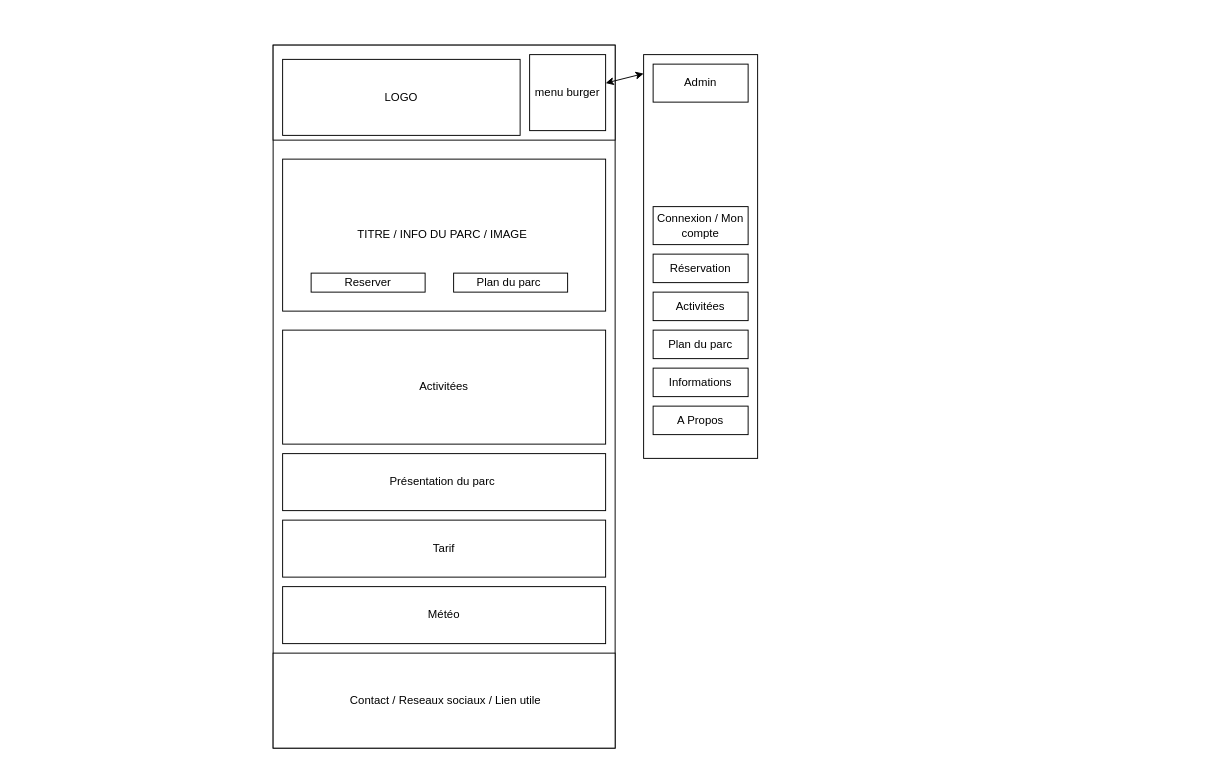
This is page "Home page" (1 of 10) of docs/wireframe_mobile.drawio from SeguierJonathan/ZombieLand, a draw.io file, before an edit. Source tidied: cells renumbered, new cells numbered last; positions are measured from the earlier drawing's top-left corner, leaving out a move shared by most shapes. Both pictures are drawn from the tidied source at 95%, with x=0, y=0 at pixel (273, 45).
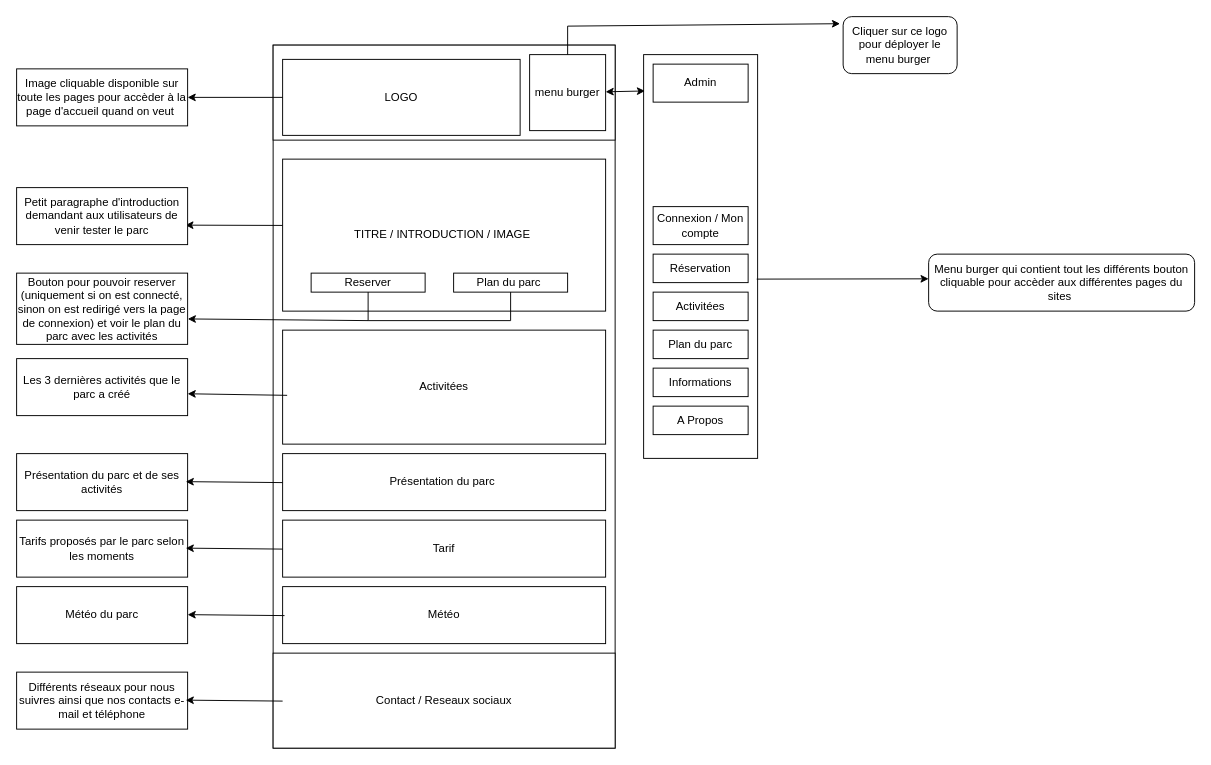
The same page after the edit.

Unchanged cells that the change refers to:
```xml
<mxCell id="5" value="menu burger" style="rounded=0;whiteSpace=wrap;html=1;" parent="1" vertex="1">
  <mxGeometry x="270" y="10" width="80" height="80" as="geometry" />
</mxCell>
<mxCell id="6" value="LOGO" style="rounded=0;whiteSpace=wrap;html=1;" parent="1" vertex="1">
  <mxGeometry x="10" y="15" width="250" height="80" as="geometry" />
</mxCell>
<mxCell id="8" value="Activitées" style="rounded=0;whiteSpace=wrap;html=1;" parent="1" vertex="1">
  <mxGeometry x="10" y="300" width="340" height="120" as="geometry" />
</mxCell>
<mxCell id="10" style="rounded=0;whiteSpace=wrap;html=1;" parent="1" vertex="1">
  <mxGeometry x="390" y="10" width="120" height="425" as="geometry" />
</mxCell>
<mxCell id="18" value="Reserver" style="rounded=0;whiteSpace=wrap;html=1;" parent="1" vertex="1">
  <mxGeometry x="40" y="240" width="120" height="20" as="geometry" />
</mxCell>
<mxCell id="19" value="Plan du parc&amp;nbsp;" style="rounded=0;whiteSpace=wrap;html=1;" parent="1" vertex="1">
  <mxGeometry x="190" y="240" width="120" height="20" as="geometry" />
</mxCell>
```

What changed in the source:
```diff
@@
-    <mxCell id="4" value="&amp;nbsp;Contact / Reseaux sociaux / Lien utile" style="rounded=0;whiteSpace=wrap;html=1;" parent="1" vertex="1">
+    <mxCell id="4" value="&amp;nbsp;Contact / Reseaux sociaux&amp;nbsp;" style="rounded=0;whiteSpace=wrap;html=1;" parent="1" vertex="1">
       <mxGeometry y="640" width="360" height="100" as="geometry" />
     </mxCell>
@@
-    <mxCell id="7" value="TITRE / INFO DU PARC / IMAGE&amp;nbsp;" style="rounded=0;whiteSpace=wrap;html=1;" parent="1" vertex="1">
+    <mxCell id="7" value="TITRE / INTRODUCTION / IMAGE&amp;nbsp;" style="rounded=0;whiteSpace=wrap;html=1;" parent="1" vertex="1">
       <mxGeometry x="10" y="120" width="340" height="160" as="geometry" />
     </mxCell>
@@
-    <mxCell id="11" style="endArrow=classic;startArrow=classic;html=1;" parent="1" edge="1" source="5">
-      <mxGeometry relative="1" as="geometry">
-        <mxPoint x="390" y="30" as="targetPoint" />
-      </mxGeometry>
+    <mxCell id="11" style="endArrow=classic;startArrow=classic;html=1;entryX=0.012;entryY=0.09;entryDx=0;entryDy=0;entryPerimeter=0;" parent="1" edge="1" source="5" target="10">
+      <mxGeometry relative="1" as="geometry" />
     </mxCell>
@@
+    <mxCell id="23" value="Menu burger qui contient tout les différents bouton cliquable pour accèder aux différentes pages du sites&amp;nbsp;" style="rounded=1;whiteSpace=wrap;html=1;" parent="1" vertex="1">
+      <mxGeometry x="690" y="220" width="280" height="60" as="geometry" />
+    </mxCell>
+    <mxCell id="24" style="endArrow=none;html=1;entryX=0.5;entryY=0;entryDx=0;entryDy=0;" parent="1" edge="1" target="5">
+      <mxGeometry relative="1" as="geometry">
+        <mxPoint x="310" y="-20" as="sourcePoint" />
+      </mxGeometry>
+    </mxCell>
+    <mxCell id="25" style="endArrow=classic;html=1;entryX=-0.027;entryY=0.124;entryDx=0;entryDy=0;entryPerimeter=0;" parent="1" edge="1" target="26">
+      <mxGeometry relative="1" as="geometry">
+        <mxPoint x="310" y="-20" as="sourcePoint" />
+      </mxGeometry>
+    </mxCell>
+    <mxCell id="26" value="Cliquer sur ce logo pour déployer le menu burger&amp;nbsp;" style="rounded=1;whiteSpace=wrap;html=1;" parent="1" vertex="1">
+      <mxGeometry x="600" y="-30" width="120" height="60" as="geometry" />
+    </mxCell>
+    <mxCell id="27" style="endArrow=classic;html=1;exitX=0.992;exitY=0.556;exitDx=0;exitDy=0;exitPerimeter=0;" parent="1" edge="1" source="10">
+      <mxGeometry relative="1" as="geometry">
+        <mxPoint x="690" y="246" as="targetPoint" />
+      </mxGeometry>
+    </mxCell>
+    <mxCell id="28" style="endArrow=classic;html=1;entryX=1;entryY=0.5;entryDx=0;entryDy=0;" parent="1" edge="1" source="6" target="29">
+      <mxGeometry relative="1" as="geometry" />
+    </mxCell>
+    <mxCell id="29" value="Image cliquable disponible sur toute les pages pour accèder à la page d'accueil quand on veut&amp;nbsp;" style="rounded=0;whiteSpace=wrap;html=1;" parent="1" vertex="1">
+      <mxGeometry x="-270" y="25" width="180" height="60" as="geometry" />
+    </mxCell>
+    <mxCell id="30" style="endArrow=classic;html=1;exitX=0.007;exitY=0.316;exitDx=0;exitDy=0;exitPerimeter=0;" parent="1" edge="1">
+      <mxGeometry relative="1" as="geometry">
+        <mxPoint x="10" y="189.8" as="sourcePoint" />
+        <mxPoint x="-92.4" y="189.5" as="targetPoint" />
+      </mxGeometry>
+    </mxCell>
+    <mxCell id="31" value="Petit paragraphe d'introduction demandant aux utilisateurs de venir tester le parc" style="rounded=0;whiteSpace=wrap;html=1;" parent="1" vertex="1">
+      <mxGeometry x="-270" y="150" width="180" height="60" as="geometry" />
+    </mxCell>
+    <mxCell id="32" value="Les 3 dernières activités que le parc a créé" style="rounded=0;whiteSpace=wrap;html=1;" parent="1" vertex="1">
+      <mxGeometry x="-270" y="330" width="180" height="60" as="geometry" />
+    </mxCell>
+    <mxCell id="33" value="Présentation du parc et de ses activités" style="rounded=0;whiteSpace=wrap;html=1;" parent="1" vertex="1">
+      <mxGeometry x="-270" y="430" width="180" height="60" as="geometry" />
+    </mxCell>
+    <mxCell id="34" value="Météo du parc" style="rounded=0;whiteSpace=wrap;html=1;" parent="1" vertex="1">
+      <mxGeometry x="-270" y="570" width="180" height="60" as="geometry" />
+    </mxCell>
+    <mxCell id="35" value="Tarifs proposés par le parc selon les moments" style="rounded=0;whiteSpace=wrap;html=1;" parent="1" vertex="1">
+      <mxGeometry x="-270" y="500" width="180" height="60" as="geometry" />
+    </mxCell>
+    <mxCell id="36" value="Différents réseaux pour nous suivres ainsi que nos contacts e-mail et téléphone" style="rounded=0;whiteSpace=wrap;html=1;" parent="1" vertex="1">
+      <mxGeometry x="-270" y="660" width="180" height="60" as="geometry" />
+    </mxCell>
+    <mxCell id="37" style="endArrow=classic;html=1;exitX=0.007;exitY=0.316;exitDx=0;exitDy=0;exitPerimeter=0;" parent="1" edge="1">
+      <mxGeometry relative="1" as="geometry">
+        <mxPoint x="10" y="690.5" as="sourcePoint" />
+        <mxPoint x="-92" y="689.5" as="targetPoint" />
+      </mxGeometry>
+    </mxCell>
+    <mxCell id="38" style="endArrow=classic;html=1;exitX=0.007;exitY=0.316;exitDx=0;exitDy=0;exitPerimeter=0;" parent="1" edge="1">
+      <mxGeometry relative="1" as="geometry">
+        <mxPoint x="12" y="600.5" as="sourcePoint" />
+        <mxPoint x="-90" y="599.5" as="targetPoint" />
+      </mxGeometry>
+    </mxCell>
+    <mxCell id="39" style="endArrow=classic;html=1;exitX=0.007;exitY=0.316;exitDx=0;exitDy=0;exitPerimeter=0;" parent="1" edge="1">
+      <mxGeometry relative="1" as="geometry">
+        <mxPoint x="10" y="530.5" as="sourcePoint" />
+        <mxPoint x="-92" y="529.5" as="targetPoint" />
+      </mxGeometry>
+    </mxCell>
+    <mxCell id="40" style="endArrow=classic;html=1;exitX=0.007;exitY=0.316;exitDx=0;exitDy=0;exitPerimeter=0;" parent="1" edge="1">
+      <mxGeometry relative="1" as="geometry">
+        <mxPoint x="10" y="460.5" as="sourcePoint" />
+        <mxPoint x="-92" y="459.5" as="targetPoint" />
+      </mxGeometry>
+    </mxCell>
+    <mxCell id="41" style="endArrow=classic;html=1;exitX=0.014;exitY=0.572;exitDx=0;exitDy=0;exitPerimeter=0;" parent="1" edge="1" source="8">
+      <mxGeometry relative="1" as="geometry">
+        <mxPoint x="-90" y="367" as="targetPoint" />
+      </mxGeometry>
+    </mxCell>
+    <mxCell id="42" style="endArrow=none;html=1;entryX=0.5;entryY=1;entryDx=0;entryDy=0;" parent="1" edge="1" target="19">
+      <mxGeometry relative="1" as="geometry">
+        <mxPoint x="250" y="290" as="sourcePoint" />
+      </mxGeometry>
+    </mxCell>
+    <mxCell id="43" style="endArrow=none;html=1;" parent="1" edge="1">
+      <mxGeometry relative="1" as="geometry">
+        <mxPoint x="100" y="290" as="sourcePoint" />
+        <mxPoint x="250" y="290" as="targetPoint" />
+      </mxGeometry>
+    </mxCell>
+    <mxCell id="44" style="endArrow=none;html=1;entryX=0.5;entryY=1;entryDx=0;entryDy=0;" parent="1" edge="1" target="18">
+      <mxGeometry relative="1" as="geometry">
+        <mxPoint x="100" y="290" as="sourcePoint" />
+      </mxGeometry>
+    </mxCell>
+    <mxCell id="45" style="endArrow=classic;html=1;entryX=1.001;entryY=0.643;entryDx=0;entryDy=0;entryPerimeter=0;" parent="1" edge="1" target="46">
+      <mxGeometry relative="1" as="geometry">
+        <mxPoint x="100" y="290" as="sourcePoint" />
+      </mxGeometry>
+    </mxCell>
+    <mxCell id="46" value="Bouton pour pouvoir reserver (uniquement si on est connecté, sinon on est redirigé vers la page de connexion) et voir le plan du parc avec les activités" style="rounded=0;whiteSpace=wrap;html=1;" parent="1" vertex="1">
+      <mxGeometry x="-270" y="240" width="180" height="75" as="geometry" />
+    </mxCell>
```
